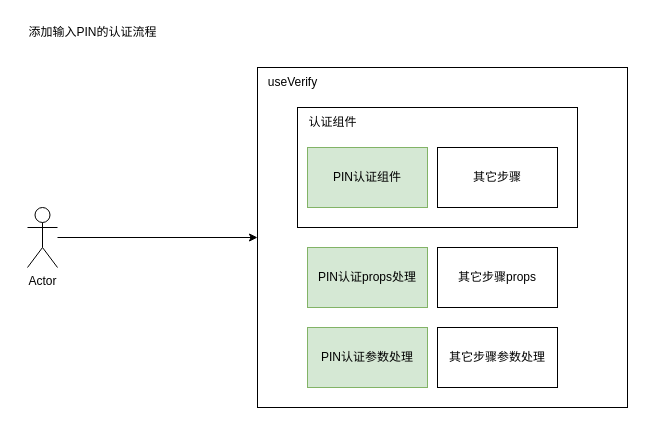
Earlier version of the draw.io diagram page "第 9 页" (9 of 12) of useVerify/状态机.drawio (RexYao97/sfrex). Source tidied: cells renumbered, new cells numbered last; positions are measured from the earlier drawing's top-left corner, leaving out a move shared by most shapes. Both pictures are drawn from the tidied source at 100%, with x=0, y=0 at pixel (17, 17).
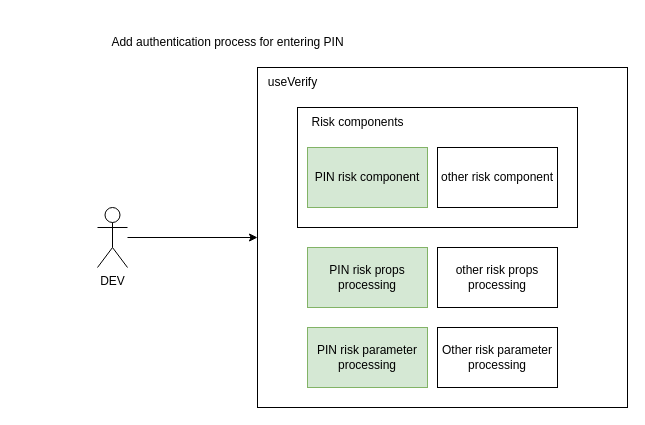
The same diagram, later.

Diff of the diagram source:
```diff
@@
 <mxGraphModel>
   <root>
     <mxCell id="0" />
     <mxCell id="1" parent="0" />
     <mxCell id="2" style="rounded=0;whiteSpace=wrap;html=1;" parent="1" vertex="1">
       <mxGeometry x="240" y="50" width="370" height="340" as="geometry" />
     </mxCell>
     <mxCell id="3" style="edgeStyle=orthogonalEdgeStyle;rounded=0;jettySize=auto;html=1;entryX=0;entryY=0.5;entryDx=0;entryDy=0;" parent="1" edge="1" source="4" target="2">
       <mxGeometry relative="1" as="geometry" />
     </mxCell>
-    <mxCell id="4" value="Actor" style="shape=umlActor;verticalLabelPosition=bottom;verticalAlign=top;html=1;outlineConnect=0;" parent="1" vertex="1">
-      <mxGeometry x="10" y="190" width="30" height="60" as="geometry" />
+    <mxCell id="4" value="DEV" style="shape=umlActor;verticalLabelPosition=bottom;verticalAlign=top;html=1;outlineConnect=0;" parent="1" vertex="1">
+      <mxGeometry x="80" y="190" width="30" height="60" as="geometry" />
     </mxCell>
     <mxCell id="5" style="rounded=0;whiteSpace=wrap;html=1;" parent="1" vertex="1">
       <mxGeometry x="280" y="90" width="280" height="120" as="geometry" />
     </mxCell>
-    <mxCell id="6" value="PIN认证组件" style="rounded=0;whiteSpace=wrap;html=1;fillColor=#d5e8d4;strokeColor=#82b366;" parent="1" vertex="1">
+    <mxCell id="6" value="PIN risk component" style="rounded=0;whiteSpace=wrap;html=1;fillColor=#d5e8d4;strokeColor=#82b366;" parent="1" vertex="1">
       <mxGeometry x="290" y="130" width="120" height="60" as="geometry" />
     </mxCell>
-    <mxCell id="7" value="PIN认证props处理" style="rounded=0;whiteSpace=wrap;html=1;fillColor=#d5e8d4;strokeColor=#82b366;" parent="1" vertex="1">
+    <mxCell id="7" value="PIN risk props processing" style="rounded=0;whiteSpace=wrap;html=1;fillColor=#d5e8d4;strokeColor=#82b366;" parent="1" vertex="1">
       <mxGeometry x="290" y="230" width="120" height="60" as="geometry" />
     </mxCell>
-    <mxCell id="8" value="添加输入PIN的认证流程" style="text;html=1;align=center;verticalAlign=middle;strokeColor=none;fillColor=none;" parent="1" vertex="1">
-      <mxGeometry width="150" height="30" as="geometry" />
+    <mxCell id="8" value="Add authentication process for entering PIN" style="text;html=1;align=center;verticalAlign=middle;strokeColor=none;fillColor=none;" parent="1" vertex="1">
+      <mxGeometry x="80" y="10" width="260" height="30" as="geometry" />
     </mxCell>
-    <mxCell id="9" value="PIN认证参数处理" style="rounded=0;whiteSpace=wrap;html=1;fillColor=#d5e8d4;strokeColor=#82b366;" parent="1" vertex="1">
+    <mxCell id="9" value="PIN risk parameter processing" style="rounded=0;whiteSpace=wrap;html=1;fillColor=#d5e8d4;strokeColor=#82b366;" parent="1" vertex="1">
       <mxGeometry x="290" y="310" width="120" height="60" as="geometry" />
     </mxCell>
     <mxCell id="10" value="useVerify" style="text;html=1;align=center;verticalAlign=middle;strokeColor=none;fillColor=none;" parent="1" vertex="1">
       <mxGeometry x="240" y="50" width="70" height="30" as="geometry" />
     </mxCell>
-    <mxCell id="11" value="认证组件" style="text;html=1;align=center;verticalAlign=middle;strokeColor=none;fillColor=none;" parent="1" vertex="1">
-      <mxGeometry x="280" y="90" width="70" height="30" as="geometry" />
+    <mxCell id="11" value="Risk components" style="text;html=1;align=center;verticalAlign=middle;strokeColor=none;fillColor=none;" parent="1" vertex="1">
+      <mxGeometry x="280" y="90" width="120" height="30" as="geometry" />
     </mxCell>
-    <mxCell id="12" value="其它步骤" style="rounded=0;whiteSpace=wrap;html=1;" parent="1" vertex="1">
+    <mxCell id="12" value="other risk component" style="rounded=0;whiteSpace=wrap;html=1;" parent="1" vertex="1">
       <mxGeometry x="420" y="130" width="120" height="60" as="geometry" />
     </mxCell>
-    <mxCell id="13" value="其它步骤props" style="rounded=0;whiteSpace=wrap;html=1;" parent="1" vertex="1">
+    <mxCell id="13" value="other risk props processing" style="rounded=0;whiteSpace=wrap;html=1;" parent="1" vertex="1">
       <mxGeometry x="420" y="230" width="120" height="60" as="geometry" />
     </mxCell>
-    <mxCell id="14" value="其它步骤参数处理" style="rounded=0;whiteSpace=wrap;html=1;" parent="1" vertex="1">
+    <mxCell id="14" value="Other risk parameter processing" style="rounded=0;whiteSpace=wrap;html=1;" parent="1" vertex="1">
       <mxGeometry x="420" y="310" width="120" height="60" as="geometry" />
     </mxCell>
   </root>
 </mxGraphModel>
```
